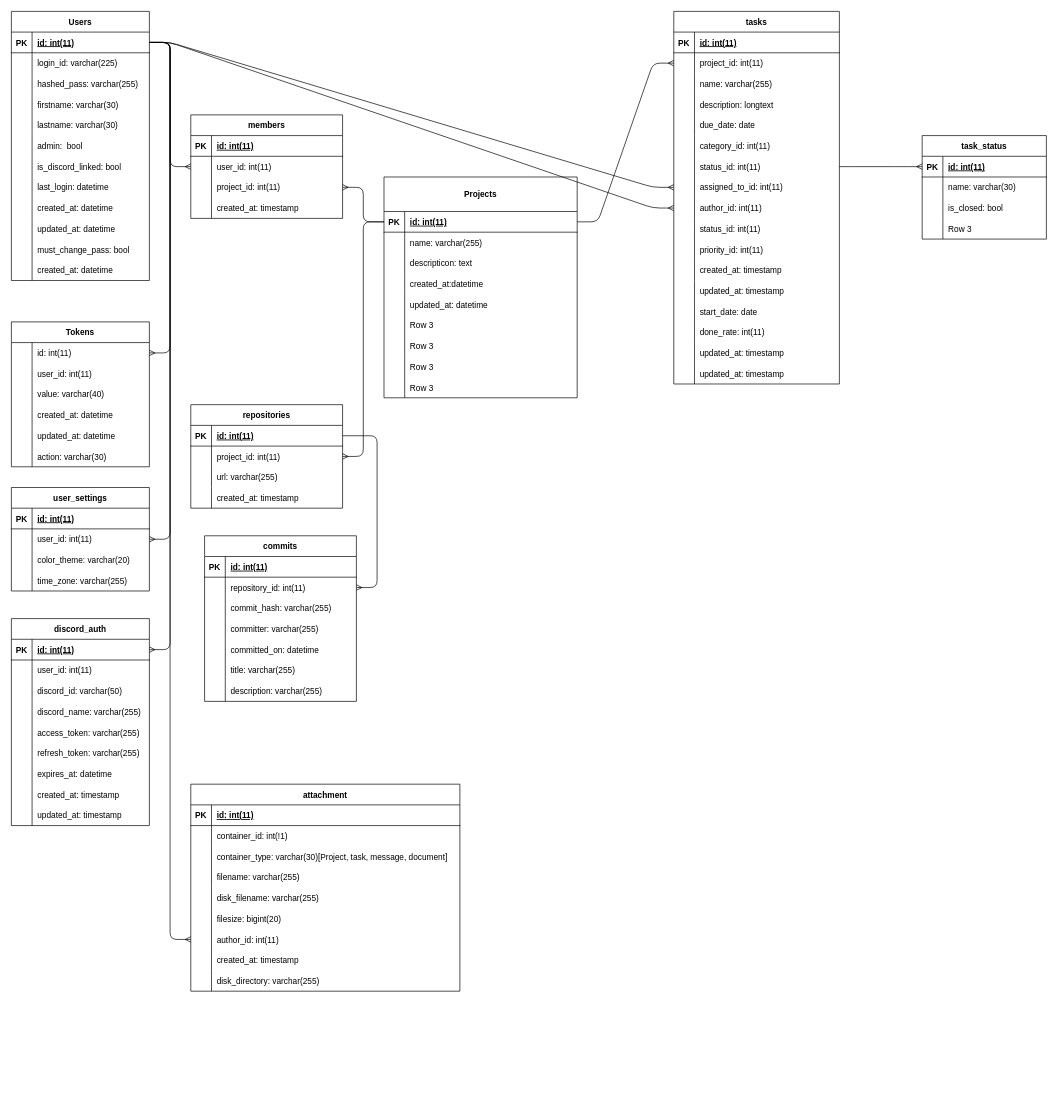
The draw.io diagram ER.dio in hamuchan214/EProjectManager, before the edit. Source tidied: cells renumbered, new cells numbered last; positions are measured from the earlier drawing's top-left corner, leaving out a move shared by most shapes. Both pictures are drawn from the tidied source at 69%, with x=0, y=0 at pixel (11, 11).
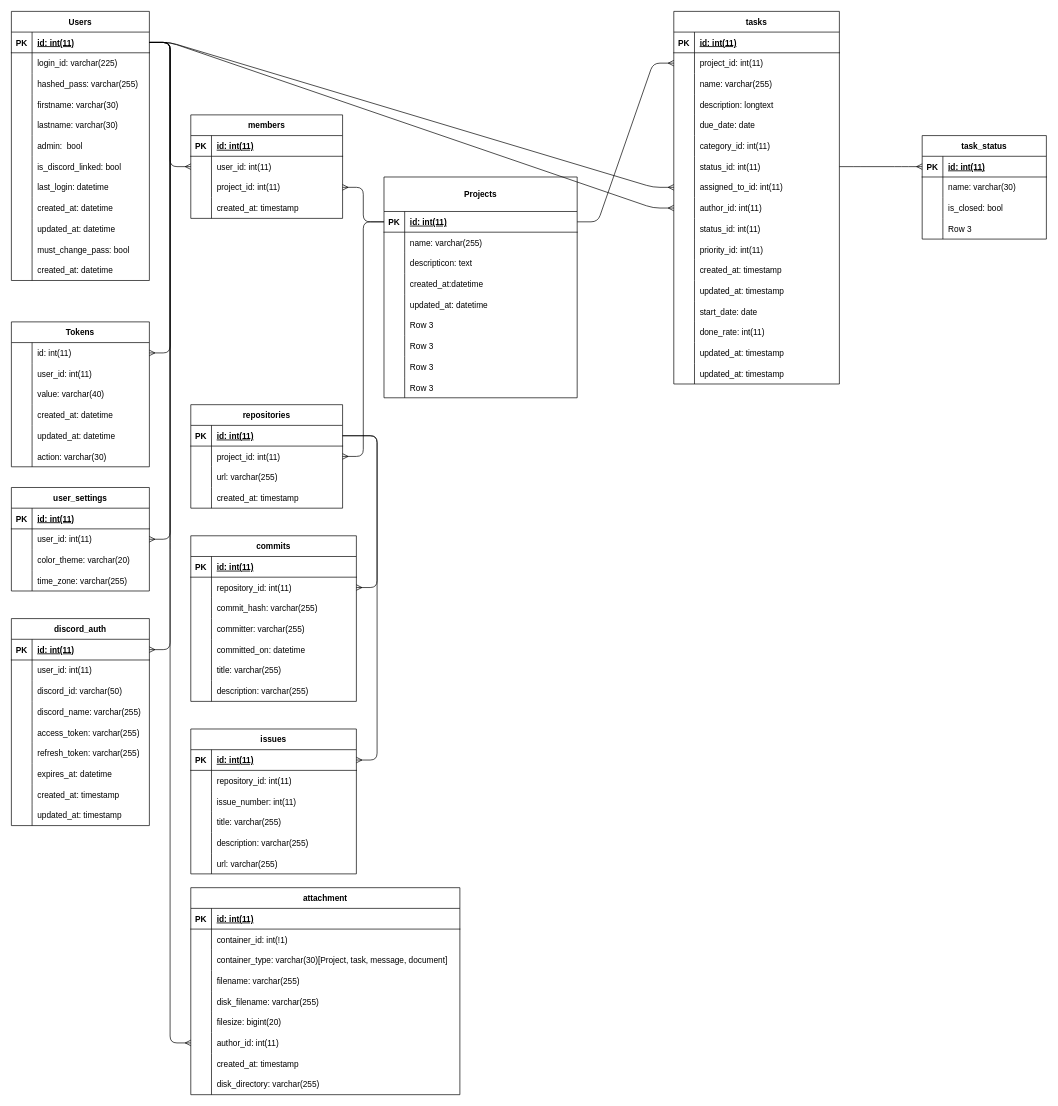
Above is the later version.

The change refers to these unchanged cells:
```xml
<mxCell id="146" style="shape=tableRow;horizontal=0;startSize=0;swimlaneHead=0;swimlaneBody=0;fillColor=none;points=[[0,0.5],[1,0.5]];portConstraint=eastwest;top=0;left=0;right=0;bottom=1;" parent="145" vertex="1">
  <mxGeometry y="30" width="220" height="30" as="geometry" />
</mxCell>
```

What changed in the source:
```diff
@@
     <mxCell id="116" value="attachment" style="shape=table;startSize=30;childLayout=tableLayout;rowLines=0;fontStyle=1;align=center;" parent="1" vertex="1">
-      <mxGeometry x="260" y="1120" width="390" height="300" as="geometry" />
+      <mxGeometry x="260" y="1270" width="390" height="300" as="geometry" />
     </mxCell>
@@
     <mxCell id="159" value="commits" style="shape=table;startSize=30;childLayout=tableLayout;rowLines=0;fontStyle=1;align=center;" parent="1" vertex="1">
-      <mxGeometry x="280" y="760" width="220" height="240" as="geometry" />
+      <mxGeometry x="260" y="760" width="240" height="240" as="geometry" />
     </mxCell>
     <mxCell id="160" style="shape=tableRow;horizontal=0;startSize=0;swimlaneHead=0;swimlaneBody=0;fillColor=none;top=0;left=0;right=0;bottom=1;" parent="159" vertex="1">
-      <mxGeometry y="30" width="220" height="30" as="geometry" />
+      <mxGeometry y="30" width="240" height="30" as="geometry" />
     </mxCell>
@@
     <mxCell id="162" value="id: int(11)" style="shape=partialRectangle;fillColor=none;top=0;left=0;bottom=0;right=0;align=left;spacingLeft=6;fontStyle=5;overflow=hidden;" parent="160" vertex="1">
-      <mxGeometry x="30" width="190" height="30" as="geometry" />
+      <mxGeometry x="30" width="210" height="30" as="geometry" />
     </mxCell>
     <mxCell id="163" style="shape=tableRow;horizontal=0;startSize=0;swimlaneHead=0;swimlaneBody=0;fillColor=none;points=[[0,0.5],[1,0.5]];portConstraint=eastwest;top=0;left=0;right=0;bottom=0;" parent="159" vertex="1">
-      <mxGeometry y="60" width="220" height="30" as="geometry" />
+      <mxGeometry y="60" width="240" height="30" as="geometry" />
     </mxCell>
@@
     <mxCell id="165" value="repository_id: int(11)" style="shape=partialRectangle;fillColor=none;top=0;left=0;bottom=0;right=0;align=left;spacingLeft=6;overflow=hidden;" parent="163" vertex="1">
-      <mxGeometry x="30" width="190" height="30" as="geometry" />
+      <mxGeometry x="30" width="210" height="30" as="geometry" />
     </mxCell>
     <mxCell id="166" style="shape=tableRow;horizontal=0;startSize=0;swimlaneHead=0;swimlaneBody=0;fillColor=none;top=0;left=0;right=0;bottom=0;" parent="159" vertex="1">
-      <mxGeometry y="90" width="220" height="30" as="geometry" />
+      <mxGeometry y="90" width="240" height="30" as="geometry" />
     </mxCell>
@@
     <mxCell id="168" value="commit_hash: varchar(255)" style="shape=partialRectangle;fillColor=none;top=0;left=0;bottom=0;right=0;align=left;spacingLeft=6;overflow=hidden;" parent="166" vertex="1">
-      <mxGeometry x="30" width="190" height="30" as="geometry" />
+      <mxGeometry x="30" width="210" height="30" as="geometry" />
     </mxCell>
     <mxCell id="169" style="shape=tableRow;horizontal=0;startSize=0;swimlaneHead=0;swimlaneBody=0;fillColor=none;top=0;left=0;right=0;bottom=0;" parent="159" vertex="1">
-      <mxGeometry y="120" width="220" height="30" as="geometry" />
+      <mxGeometry y="120" width="240" height="30" as="geometry" />
     </mxCell>
@@
     <mxCell id="171" value="committer: varchar(255)" style="shape=partialRectangle;fillColor=none;top=0;left=0;bottom=0;right=0;align=left;spacingLeft=6;overflow=hidden;" parent="169" vertex="1">
-      <mxGeometry x="30" width="190" height="30" as="geometry" />
+      <mxGeometry x="30" width="210" height="30" as="geometry" />
     </mxCell>
     <mxCell id="172" style="shape=tableRow;horizontal=0;startSize=0;swimlaneHead=0;swimlaneBody=0;fillColor=none;top=0;left=0;right=0;bottom=0;" parent="159" vertex="1">
-      <mxGeometry y="150" width="220" height="30" as="geometry" />
+      <mxGeometry y="150" width="240" height="30" as="geometry" />
     </mxCell>
@@
     <mxCell id="174" value="committed_on: datetime" style="shape=partialRectangle;fillColor=none;top=0;left=0;bottom=0;right=0;align=left;spacingLeft=6;overflow=hidden;" parent="172" vertex="1">
-      <mxGeometry x="30" width="190" height="30" as="geometry" />
+      <mxGeometry x="30" width="210" height="30" as="geometry" />
     </mxCell>
     <mxCell id="175" style="shape=tableRow;horizontal=0;startSize=0;swimlaneHead=0;swimlaneBody=0;fillColor=none;top=0;left=0;right=0;bottom=0;" parent="159" vertex="1">
-      <mxGeometry y="180" width="220" height="30" as="geometry" />
+      <mxGeometry y="180" width="240" height="30" as="geometry" />
     </mxCell>
@@
     <mxCell id="177" value="title: varchar(255)" style="shape=partialRectangle;fillColor=none;top=0;left=0;bottom=0;right=0;align=left;spacingLeft=6;overflow=hidden;" parent="175" vertex="1">
-      <mxGeometry x="30" width="190" height="30" as="geometry" />
+      <mxGeometry x="30" width="210" height="30" as="geometry" />
     </mxCell>
     <mxCell id="178" style="shape=tableRow;horizontal=0;startSize=0;swimlaneHead=0;swimlaneBody=0;fillColor=none;top=0;left=0;right=0;bottom=0;" parent="159" vertex="1">
-      <mxGeometry y="210" width="220" height="30" as="geometry" />
+      <mxGeometry y="210" width="240" height="30" as="geometry" />
     </mxCell>
@@
     <mxCell id="180" value="description: varchar(255)" style="shape=partialRectangle;fillColor=none;top=0;left=0;bottom=0;right=0;align=left;spacingLeft=6;overflow=hidden;" parent="178" vertex="1">
-      <mxGeometry x="30" width="190" height="30" as="geometry" />
+      <mxGeometry x="30" width="210" height="30" as="geometry" />
     </mxCell>
@@
+    <mxCell id="280" value="issues" style="shape=table;startSize=30;childLayout=tableLayout;rowLines=0;fontStyle=1;align=center;" parent="1" vertex="1">
+      <mxGeometry x="260" y="1040" width="240" height="210" as="geometry" />
+    </mxCell>
+    <mxCell id="281" style="shape=tableRow;horizontal=0;startSize=0;swimlaneHead=0;swimlaneBody=0;fillColor=none;points=[[0,0.5],[1,0.5]];portConstraint=eastwest;top=0;left=0;right=0;bottom=1;" parent="280" vertex="1">
+      <mxGeometry y="30" width="240" height="30" as="geometry" />
+    </mxCell>
+    <mxCell id="282" value="PK" style="shape=partialRectangle;fillColor=none;top=0;left=0;bottom=0;right=0;fontStyle=1;overflow=hidden;" parent="281" vertex="1">
+      <mxGeometry width="30" height="30" as="geometry" />
+    </mxCell>
+    <mxCell id="283" value="id: int(11)" style="shape=partialRectangle;fillColor=none;top=0;left=0;bottom=0;right=0;align=left;spacingLeft=6;fontStyle=5;overflow=hidden;" parent="281" vertex="1">
+      <mxGeometry x="30" width="210" height="30" as="geometry" />
+    </mxCell>
+    <mxCell id="284" style="shape=tableRow;horizontal=0;startSize=0;swimlaneHead=0;swimlaneBody=0;fillColor=none;top=0;left=0;right=0;bottom=0;" parent="280" vertex="1">
+      <mxGeometry y="60" width="240" height="30" as="geometry" />
+    </mxCell>
+    <mxCell id="285" style="shape=partialRectangle;fillColor=none;top=0;left=0;bottom=0;right=0;overflow=hidden;" parent="284" vertex="1">
+      <mxGeometry width="30" height="30" as="geometry" />
+    </mxCell>
+    <mxCell id="286" value="repository_id: int(11)" style="shape=partialRectangle;fillColor=none;top=0;left=0;bottom=0;right=0;align=left;spacingLeft=6;overflow=hidden;" parent="284" vertex="1">
+      <mxGeometry x="30" width="210" height="30" as="geometry" />
+    </mxCell>
+    <mxCell id="287" style="shape=tableRow;horizontal=0;startSize=0;swimlaneHead=0;swimlaneBody=0;fillColor=none;top=0;left=0;right=0;bottom=0;" parent="280" vertex="1">
+      <mxGeometry y="90" width="240" height="30" as="geometry" />
+    </mxCell>
+    <mxCell id="288" style="shape=partialRectangle;fillColor=none;top=0;left=0;bottom=0;right=0;overflow=hidden;" parent="287" vertex="1">
+      <mxGeometry width="30" height="30" as="geometry" />
+    </mxCell>
+    <mxCell id="289" value="issue_number: int(11)" style="shape=partialRectangle;fillColor=none;top=0;left=0;bottom=0;right=0;align=left;spacingLeft=6;overflow=hidden;" parent="287" vertex="1">
+      <mxGeometry x="30" width="210" height="30" as="geometry" />
+    </mxCell>
+    <mxCell id="290" style="shape=tableRow;horizontal=0;startSize=0;swimlaneHead=0;swimlaneBody=0;fillColor=none;top=0;left=0;right=0;bottom=0;" parent="280" vertex="1">
+      <mxGeometry y="120" width="240" height="30" as="geometry" />
+    </mxCell>
+    <mxCell id="291" style="shape=partialRectangle;fillColor=none;top=0;left=0;bottom=0;right=0;overflow=hidden;" parent="290" vertex="1">
+      <mxGeometry width="30" height="30" as="geometry" />
+    </mxCell>
+    <mxCell id="292" value="title: varchar(255)" style="shape=partialRectangle;fillColor=none;top=0;left=0;bottom=0;right=0;align=left;spacingLeft=6;overflow=hidden;" parent="290" vertex="1">
+      <mxGeometry x="30" width="210" height="30" as="geometry" />
+    </mxCell>
+    <mxCell id="293" style="shape=tableRow;horizontal=0;startSize=0;swimlaneHead=0;swimlaneBody=0;fillColor=none;top=0;left=0;right=0;bottom=0;" parent="280" vertex="1">
+      <mxGeometry y="150" width="240" height="30" as="geometry" />
+    </mxCell>
+    <mxCell id="294" style="shape=partialRectangle;fillColor=none;top=0;left=0;bottom=0;right=0;overflow=hidden;" parent="293" vertex="1">
+      <mxGeometry width="30" height="30" as="geometry" />
+    </mxCell>
+    <mxCell id="295" value="description: varchar(255)" style="shape=partialRectangle;fillColor=none;top=0;left=0;bottom=0;right=0;align=left;spacingLeft=6;overflow=hidden;" parent="293" vertex="1">
+      <mxGeometry x="30" width="210" height="30" as="geometry" />
+    </mxCell>
+    <mxCell id="296" style="shape=tableRow;horizontal=0;startSize=0;swimlaneHead=0;swimlaneBody=0;fillColor=none;top=0;left=0;right=0;bottom=0;" parent="280" vertex="1">
+      <mxGeometry y="180" width="240" height="30" as="geometry" />
+    </mxCell>
+    <mxCell id="297" style="shape=partialRectangle;fillColor=none;top=0;left=0;bottom=0;right=0;overflow=hidden;" parent="296" vertex="1">
+      <mxGeometry width="30" height="30" as="geometry" />
+    </mxCell>
+    <mxCell id="298" value="url: varchar(255)" style="shape=partialRectangle;fillColor=none;top=0;left=0;bottom=0;right=0;align=left;spacingLeft=6;overflow=hidden;" parent="296" vertex="1">
+      <mxGeometry x="30" width="210" height="30" as="geometry" />
+    </mxCell>
+    <mxCell id="299" style="edgeStyle=entityRelationEdgeStyle;fontSize=12;html=1;endArrow=ERmany;exitX=1;exitY=0.5;exitDx=0;exitDy=0;" parent="1" edge="1" source="146" target="281">
+      <mxGeometry relative="1" as="geometry" />
+    </mxCell>
+    <mxCell id="300" style="edgeStyle=none;html=1;" parent="1" edge="1" source="163">
+      <mxGeometry relative="1" as="geometry">
+        <mxPoint x="500" y="835" as="targetPoint" />
+      </mxGeometry>
+    </mxCell>
```
